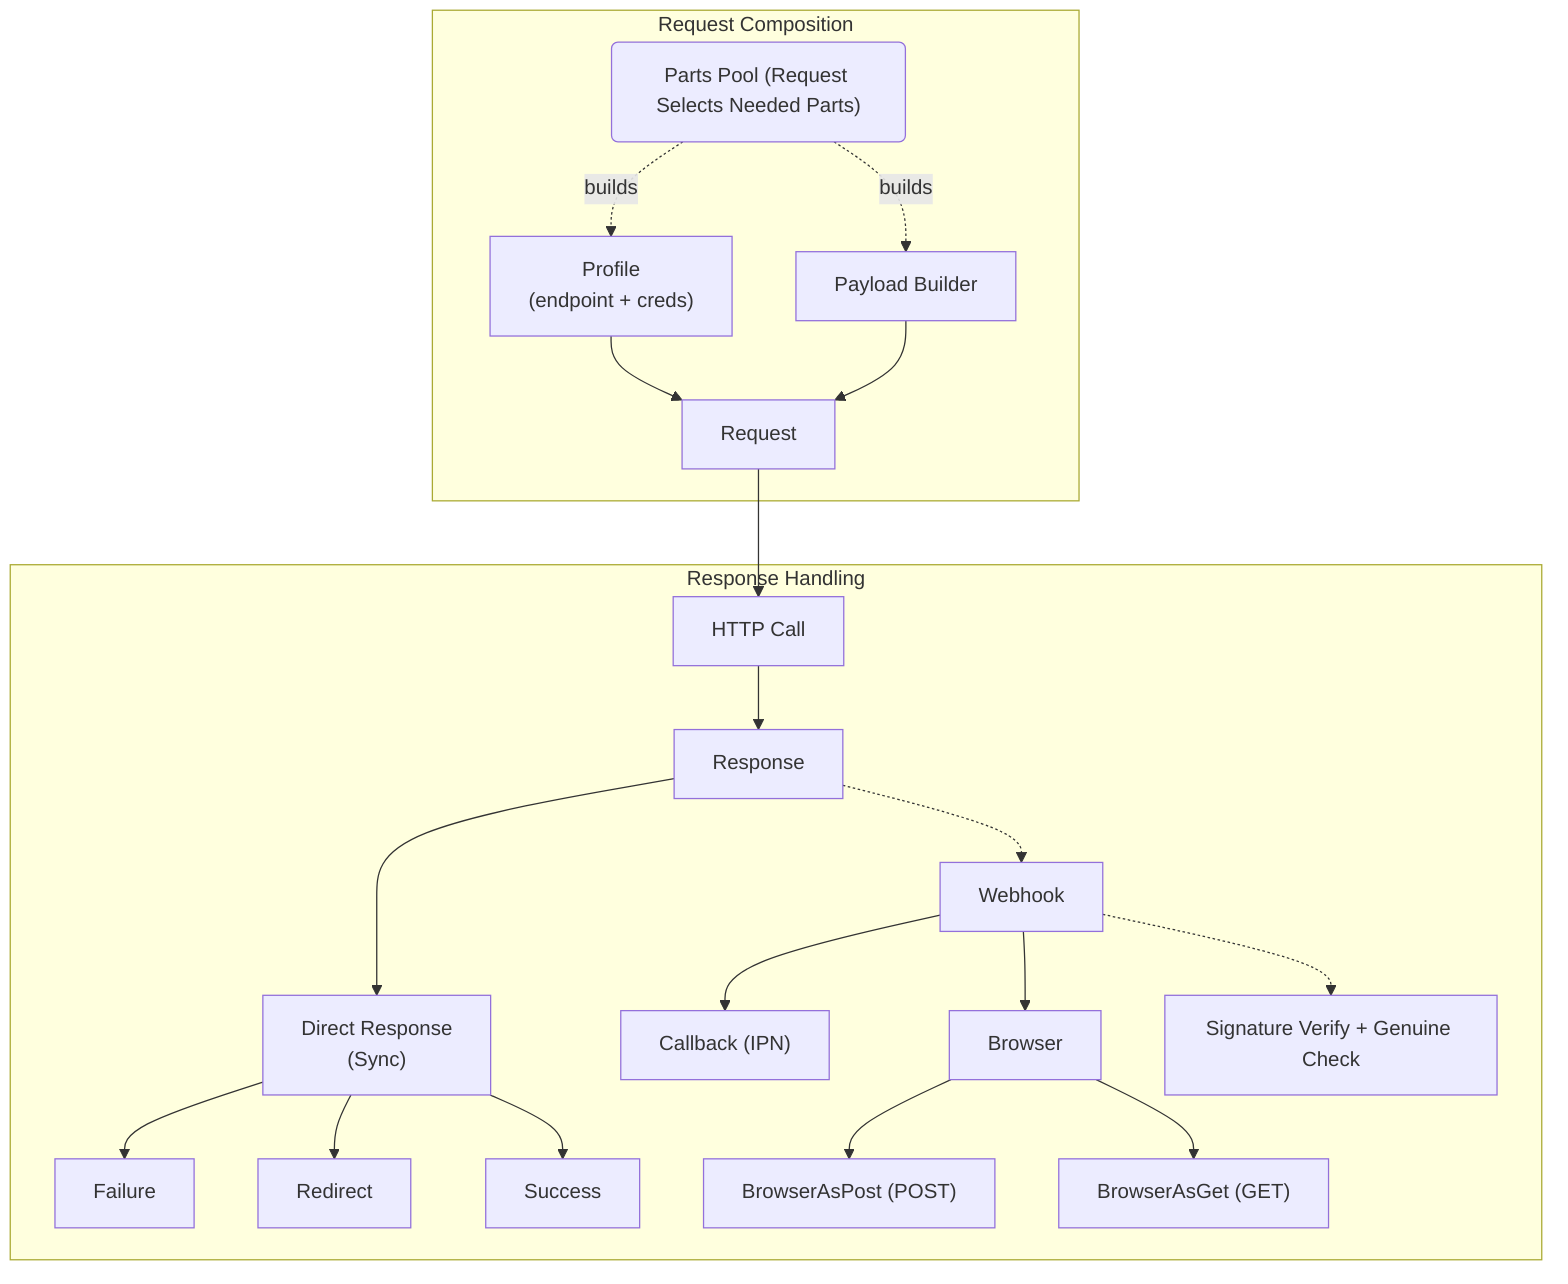
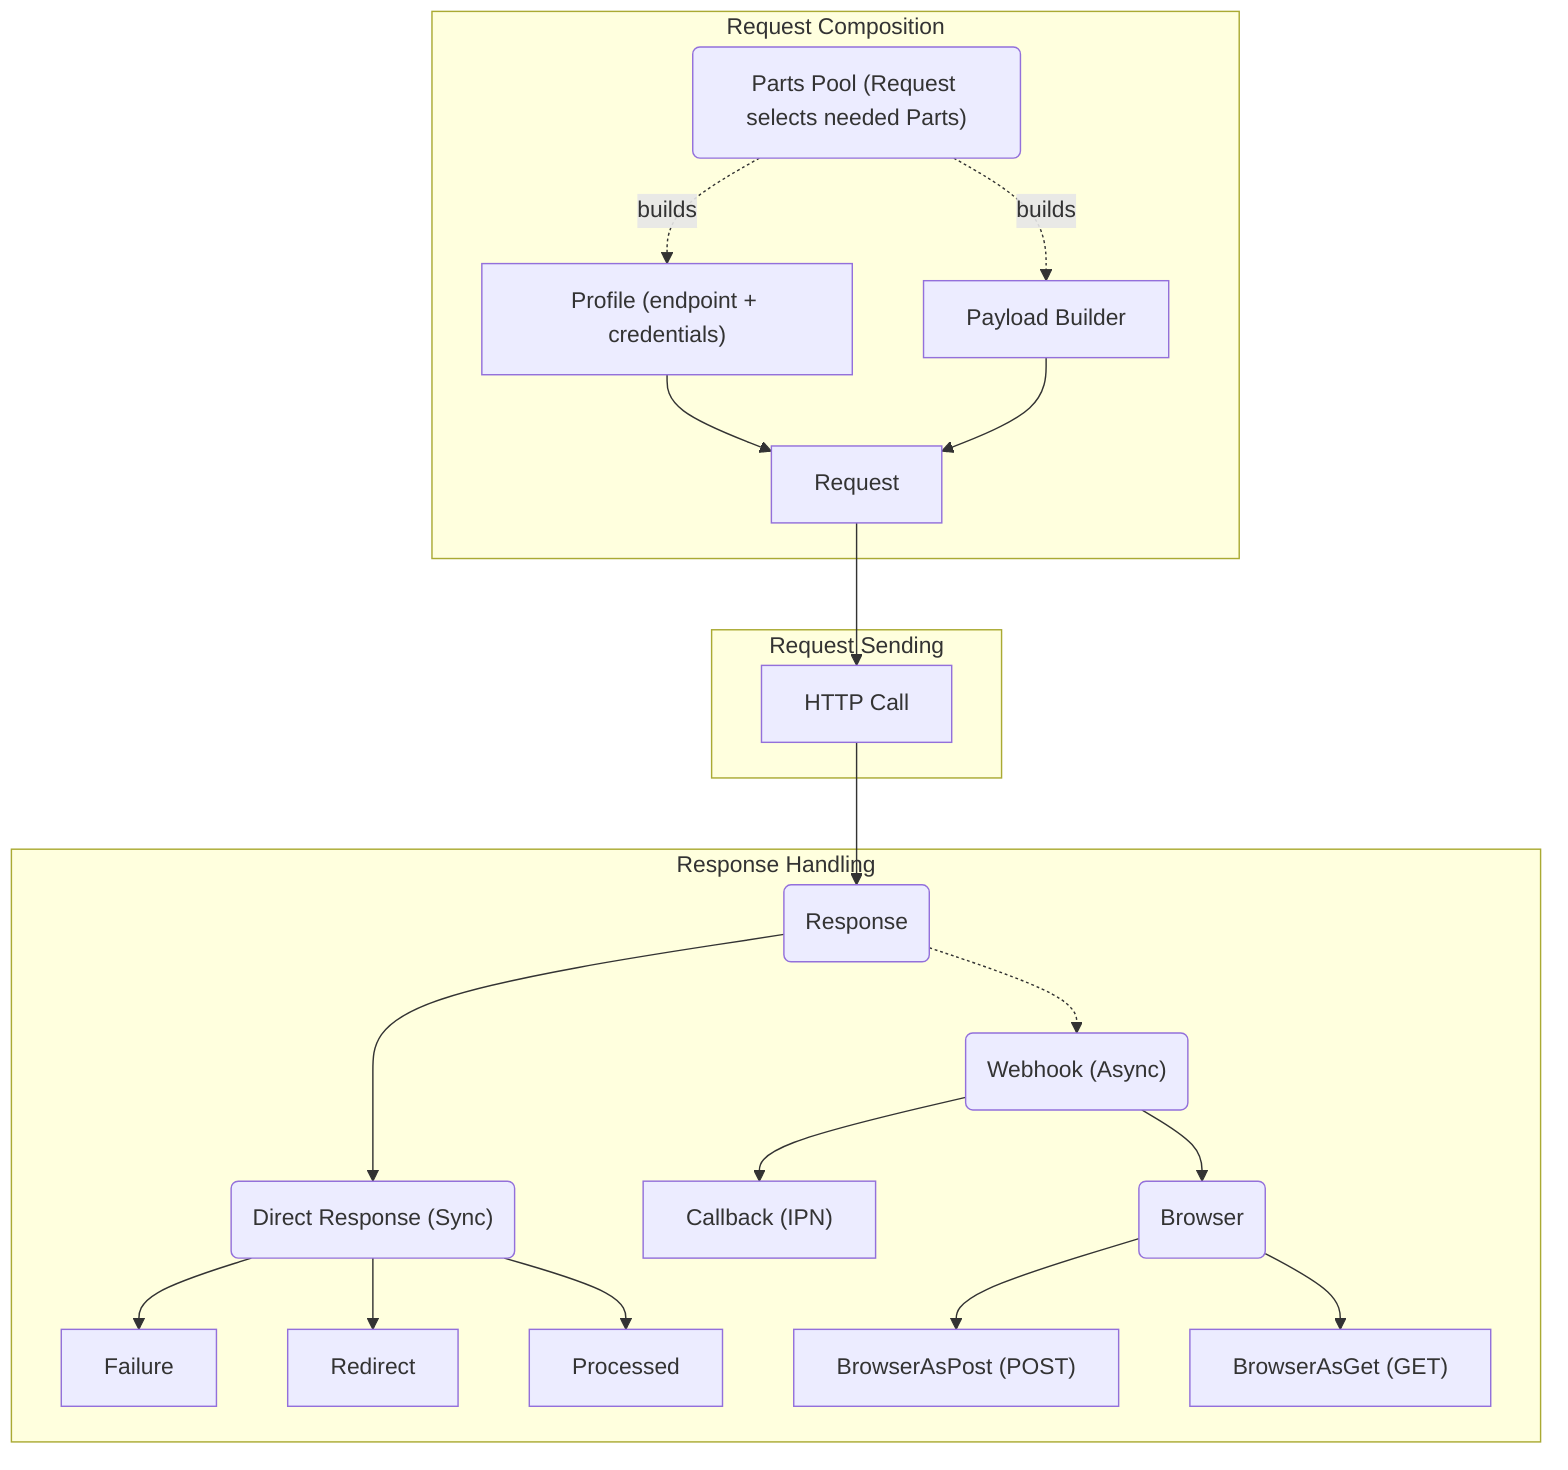
%% Mermaid flow diagram for PayTabs SDK
flowchart TD
  subgraph RequestComposition["Request Composition"]
-     Profile["Profile<br/>(endpoint + creds)"] --> Request[Request]
+     PartsPool("Parts Pool (Request selects needed Parts)")
+     Profile["Profile (endpoint + credentials)"] --> Request[Request]
    Payload["Payload Builder"] --> Request
-     PartsPool("Parts Pool (Request Selects Needed Parts)")
    PartsPool -. builds .-> Payload
    PartsPool -. builds .-> Profile
  end

-   Request --> HTTP["HTTP Call"]
+   subgraph RequestSending["Request Sending"]
+     Request --> HTTP["HTTP Call"]
+   end

  subgraph ResponseHandling["Response Handling"]
-     HTTP --> Response[Response]
-     Response ---> DirectResponse["Direct Response<br/>(Sync)"]
+     HTTP --> Response(Response)
+     Response ---> DirectResponse("Direct Response (Sync)")
    DirectResponse --> Failure[Failure]
    DirectResponse --> Redirect[Redirect]
-     DirectResponse --> Success[Success]
+     DirectResponse --> Processed[Processed]

-     Response -.-> WebhookTR["Webhook"]
-     WebhookTR --> Callback["Callback (IPN)"]
-     WebhookTR --> Browser["Browser"]
+     Response -.-> Webhook("Webhook (Async)")
+     Webhook --> Callback["Callback (IPN)"]
+     Webhook --> Browser("Browser")
    Browser --> BrowserAsPost["BrowserAsPost (POST)"]
    Browser --> BrowserAsGet["BrowserAsGet (GET)"]
-     WebhookTR -.-> Verify["Signature Verify + Genuine Check"]
  end
